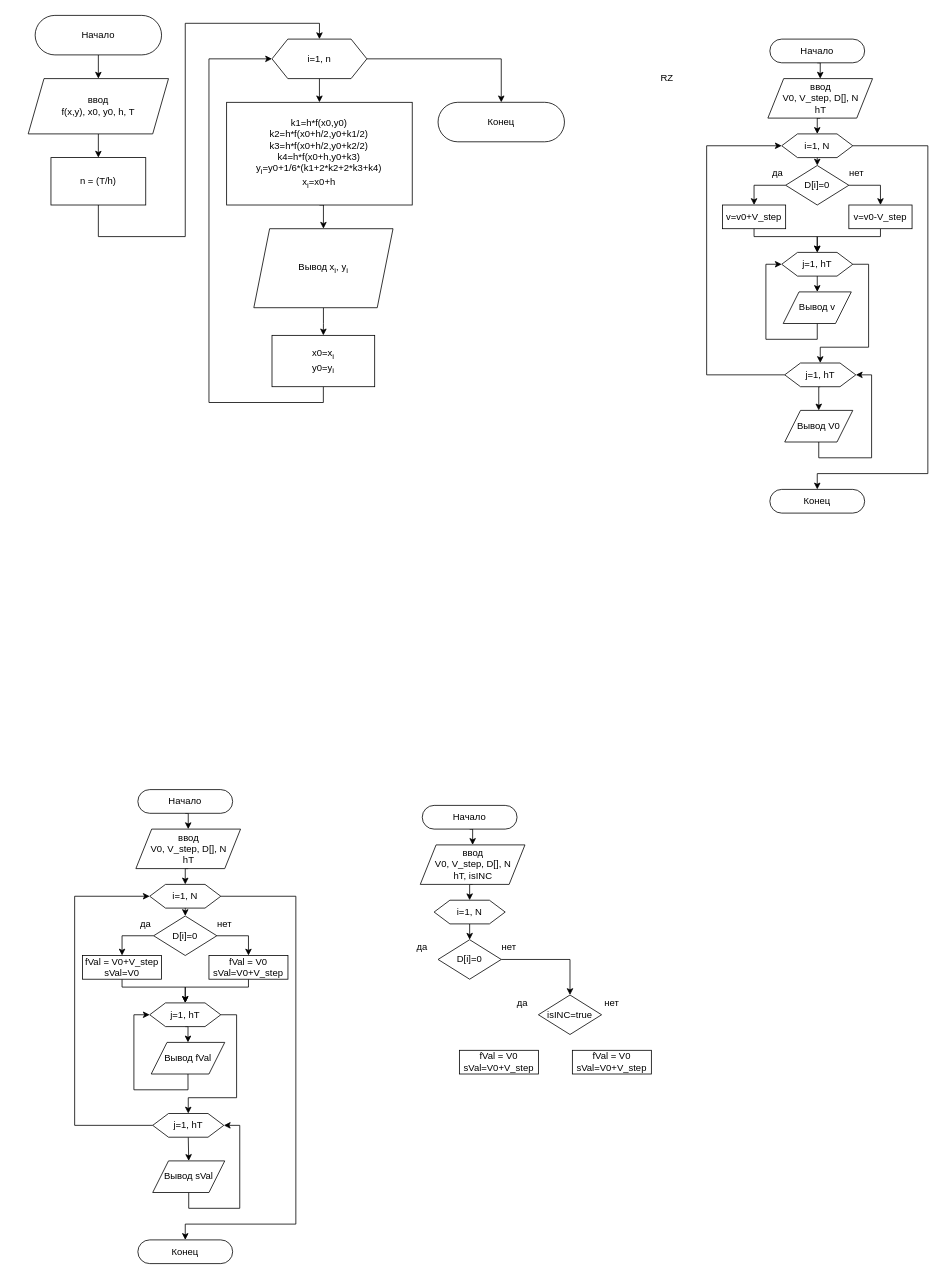
bestialyokel/diplom keeps this draw.io diagram as диплом_отчет/rk4+coders.drawio. Above is the earlier version. Source tidied: cells renumbered, new cells numbered last; positions are measured from the earlier drawing's top-left corner, leaving out a move shared by most shapes. Both pictures are drawn from the tidied source at 79%, with x=0, y=0 at pixel (28, 15).
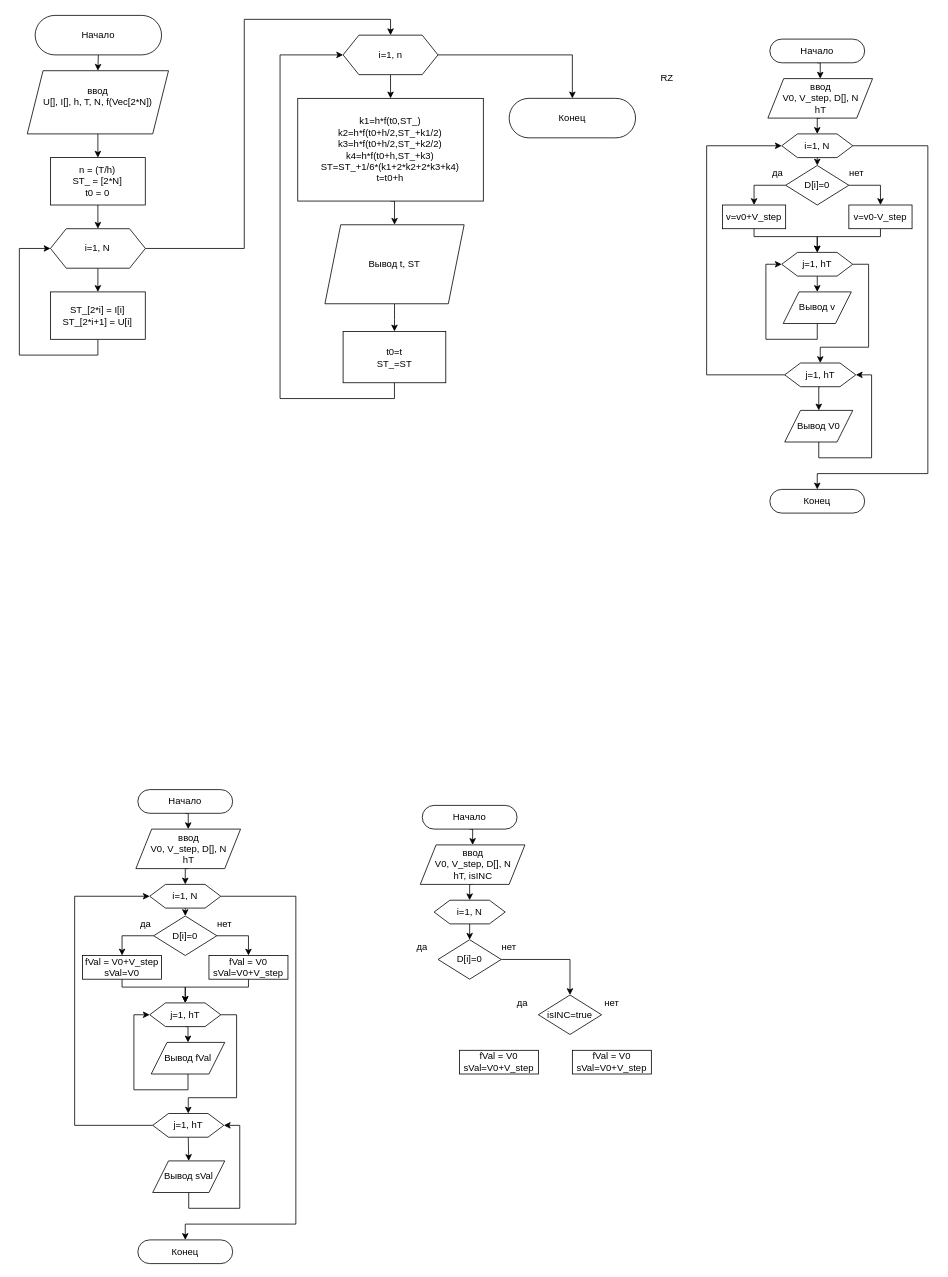
The same diagram, later.

Change to the diagram source:
```diff
@@
-    <mxCell id="5" value="ввод&lt;br&gt;f(x,y), x0, y0, h, T" style="shape=parallelogram;perimeter=parallelogramPerimeter;whiteSpace=wrap;html=1;fixedSize=1;" parent="1" vertex="1">
-      <mxGeometry x="0.2" y="80" width="177.6" height="70" as="geometry" />
+    <mxCell id="5" value="ввод&lt;br&gt;U[], I[], h, T, N, f(Vec[2*N])&lt;br&gt;&amp;nbsp;" style="shape=parallelogram;perimeter=parallelogramPerimeter;whiteSpace=wrap;html=1;fixedSize=1;" parent="1" vertex="1">
+      <mxGeometry x="-1" y="70" width="178.8" height="80" as="geometry" />
     </mxCell>
@@
     <mxCell id="7" style="edgeStyle=orthogonalEdgeStyle;rounded=0;jettySize=auto;html=1;exitX=1;exitY=0.5;exitDx=0;exitDy=0;entryX=0.5;entryY=0;entryDx=0;entryDy=0;" parent="1" edge="1" source="8" target="70">
       <mxGeometry relative="1" as="geometry">
         <Array as="points">
-          <mxPoint x="599" y="55" />
+          <mxPoint x="689" y="50" />
         </Array>
       </mxGeometry>
     </mxCell>
     <mxCell id="8" value="i=1, n" style="shape=hexagon;perimeter=hexagonPerimeter2;whiteSpace=wrap;html=1;fixedSize=1;" parent="1" vertex="1">
-      <mxGeometry x="308.8" y="30" width="120.1" height="50" as="geometry" />
+      <mxGeometry x="398.8" y="25" width="120.1" height="50" as="geometry" />
     </mxCell>
@@
-    <mxCell id="10" value="k1=h*f(x0,y0)&lt;br&gt;k2=h*f(x0+h/2,y0+k1/2)&lt;br&gt;k3=h*f(x0+h/2,y0+k2/2)&lt;br&gt;k4=h*f(x0+h,y0+k3)&lt;br&gt;y&lt;sub&gt;i&lt;/sub&gt;=y0+1/6*(k1+2*k2+2*k3+k4)&lt;br&gt;x&lt;sub&gt;i&lt;/sub&gt;=x0+h" style="rounded=0;whiteSpace=wrap;html=1;" parent="1" vertex="1">
-      <mxGeometry x="251.4" y="110" width="234.9" height="130" as="geometry" />
+    <mxCell id="10" value="k1=h*f(t0,ST_)&lt;br&gt;k2=h*f(t0+h/2,ST_+k1/2)&lt;br&gt;k3=h*f(t0+h/2,ST_+k2/2)&lt;br&gt;k4=h*f(t0+h,ST_+k3)&lt;br&gt;ST=ST_+1/6*(k1+2*k2+2*k3+k4)&lt;br&gt;t=t0+h" style="rounded=0;whiteSpace=wrap;html=1;" parent="1" vertex="1">
+      <mxGeometry x="341.4" y="105" width="234.9" height="130" as="geometry" />
     </mxCell>
@@
-    <mxCell id="12" value="Вывод x&lt;sub&gt;i&lt;/sub&gt;, y&lt;sub&gt;i&lt;/sub&gt;" style="shape=parallelogram;perimeter=parallelogramPerimeter;whiteSpace=wrap;html=1;fixedSize=1;" parent="1" vertex="1">
-      <mxGeometry x="285.8" y="270" width="176.2" height="100" as="geometry" />
+    <mxCell id="12" value="Вывод t, ST" style="shape=parallelogram;perimeter=parallelogramPerimeter;whiteSpace=wrap;html=1;fixedSize=1;" parent="1" vertex="1">
+      <mxGeometry x="375.8" y="265" width="176.2" height="100" as="geometry" />
     </mxCell>
     <mxCell id="13" style="edgeStyle=orthogonalEdgeStyle;rounded=0;jettySize=auto;html=1;exitX=0.5;exitY=1;exitDx=0;exitDy=0;entryX=0;entryY=0.5;entryDx=0;entryDy=0;" parent="1" edge="1" source="14" target="8">
       <mxGeometry relative="1" as="geometry">
         <Array as="points">
-          <mxPoint x="374" y="490" />
-          <mxPoint x="229" y="490" />
-          <mxPoint x="229" y="55" />
+          <mxPoint x="464" y="485" />
+          <mxPoint x="319" y="485" />
+          <mxPoint x="319" y="50" />
         </Array>
       </mxGeometry>
     </mxCell>
-    <mxCell id="14" value="x0=x&lt;sub&gt;i&lt;/sub&gt;&lt;br&gt;y0=y&lt;sub&gt;i&lt;/sub&gt;" style="rounded=0;whiteSpace=wrap;html=1;" parent="1" vertex="1">
-      <mxGeometry x="308.8" y="405" width="130" height="65" as="geometry" />
+    <mxCell id="14" value="t0=t&lt;br&gt;ST_=ST" style="rounded=0;whiteSpace=wrap;html=1;" parent="1" vertex="1">
+      <mxGeometry x="398.8" y="400" width="130" height="65" as="geometry" />
     </mxCell>
@@
     <mxCell id="70" value="Конец" style="rounded=1;whiteSpace=wrap;html=1;arcSize=50;" parent="1" vertex="1">
-      <mxGeometry x="519" y="110" width="160" height="50" as="geometry" />
+      <mxGeometry x="609" y="105" width="160" height="50" as="geometry" />
     </mxCell>
@@
-    <mxCell id="86" style="edgeStyle=orthogonalEdgeStyle;rounded=0;jettySize=auto;html=1;exitX=0.5;exitY=1;exitDx=0;exitDy=0;entryX=0.5;entryY=0;entryDx=0;entryDy=0;" parent="1" edge="1" source="87" target="8">
-      <mxGeometry relative="1" as="geometry">
-        <Array as="points">
-          <mxPoint x="89" y="280" />
-          <mxPoint x="199" y="280" />
-          <mxPoint x="199" y="10" />
-          <mxPoint x="369" y="10" />
-        </Array>
-      </mxGeometry>
-    </mxCell>
+    <mxCell id="88" style="edgeStyle=orthogonalEdgeStyle;rounded=0;jettySize=auto;html=1;exitX=0.5;exitY=1;exitDx=0;exitDy=0;entryX=0.5;entryY=0;entryDx=0;entryDy=0;" parent="1" edge="1" source="87" target="91">
+      <mxGeometry relative="1" as="geometry" />
+    </mxCell>
-    <mxCell id="87" value="n = (T/h)" style="rounded=0;whiteSpace=wrap;html=1;" parent="1" vertex="1">
-      <mxGeometry x="29" y="180" width="120" height="60" as="geometry" />
+    <mxCell id="87" value="n = (T/h)&lt;br&gt;ST_ = [2*N]&lt;br&gt;t0 = 0" style="rounded=0;whiteSpace=wrap;html=1;" parent="1" vertex="1">
+      <mxGeometry x="28.4" y="180" width="120" height="60" as="geometry" />
     </mxCell>
+    <mxCell id="89" style="edgeStyle=orthogonalEdgeStyle;rounded=0;jettySize=auto;html=1;exitX=0.5;exitY=1;exitDx=0;exitDy=0;entryX=0.5;entryY=0;entryDx=0;entryDy=0;" parent="1" edge="1" source="91" target="93">
+      <mxGeometry relative="1" as="geometry" />
+    </mxCell>
+    <mxCell id="90" style="edgeStyle=orthogonalEdgeStyle;rounded=0;jettySize=auto;html=1;exitX=1;exitY=0.5;exitDx=0;exitDy=0;entryX=0.5;entryY=0;entryDx=0;entryDy=0;" parent="1" edge="1" source="91" target="8">
+      <mxGeometry relative="1" as="geometry" />
+    </mxCell>
+    <mxCell id="91" value="i=1, N" style="shape=hexagon;perimeter=hexagonPerimeter2;whiteSpace=wrap;html=1;fixedSize=1;" parent="1" vertex="1">
+      <mxGeometry x="28.4" y="270" width="120.1" height="50" as="geometry" />
+    </mxCell>
+    <mxCell id="92" style="edgeStyle=orthogonalEdgeStyle;rounded=0;jettySize=auto;html=1;exitX=0.5;exitY=1;exitDx=0;exitDy=0;entryX=0;entryY=0.5;entryDx=0;entryDy=0;" parent="1" edge="1" source="93" target="91">
+      <mxGeometry relative="1" as="geometry">
+        <Array as="points">
+          <mxPoint x="88" y="430" />
+          <mxPoint x="-11" y="430" />
+          <mxPoint x="-11" y="295" />
+        </Array>
+      </mxGeometry>
+    </mxCell>
+    <mxCell id="93" value="ST_[2*i] = I[i]&lt;br&gt;ST_[2*i+1] = U[i]" style="rounded=0;whiteSpace=wrap;html=1;" parent="1" vertex="1">
+      <mxGeometry x="28.4" y="350" width="120" height="60" as="geometry" />
+    </mxCell>
```
